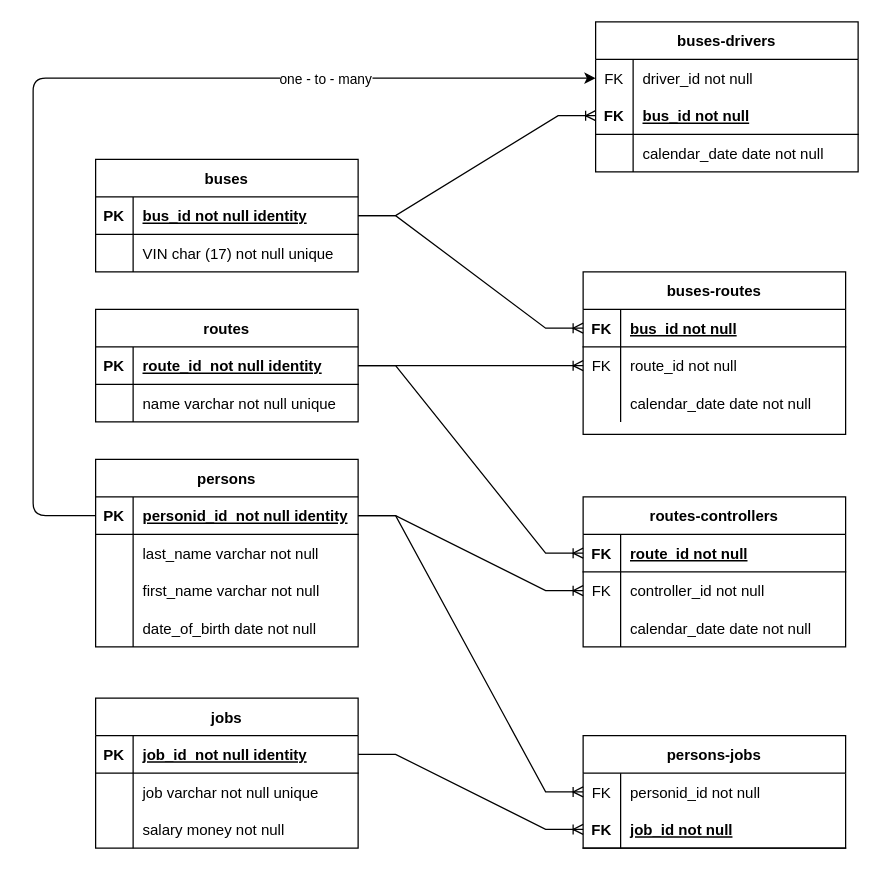
anfan1956/Database_studies keeps this draw.io diagram as Transport_diagramm.drawio. Above is the earlier version. Source tidied: cells renumbered, new cells numbered last; positions are measured from the earlier drawing's top-left corner, leaving out a move shared by most shapes. Both pictures are drawn from the tidied source at 125%, with x=0, y=0 at pixel (32, 21).
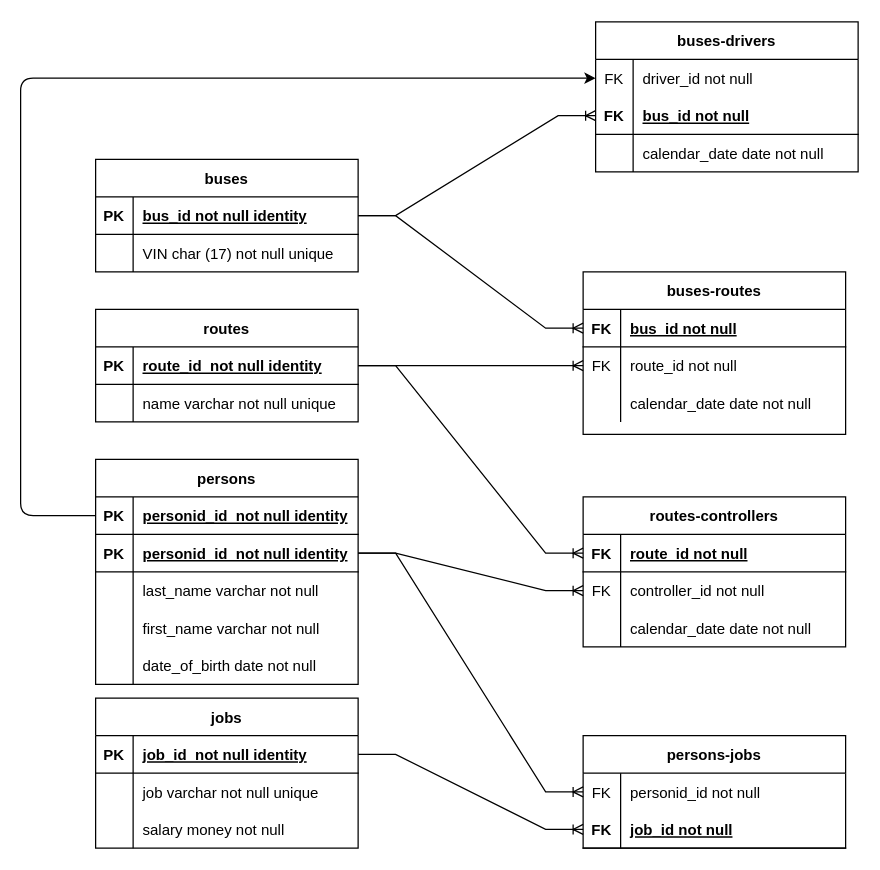
The same page after the edit.

Commit message (it also covers changes not shown here):
export drawio transport diagramm as .png file

Unchanged cells that the change refers to:
```xml
<mxCell id="61" style="shape=partialRectangle;fillColor=none;points=[[0,0.5],[1,0.5]];portConstraint=eastwest;top=0;left=0;right=0;bottom=0;" parent="60" vertex="1">
  <mxGeometry y="30" width="210" height="30" as="geometry" />
</mxCell>
```

What changed in the source:
```diff
@@
     <mxCell id="9" value="persons" style="shape=table;startSize=30;childLayout=tableLayout;rowLines=0;fontStyle=1;align=center;" parent="1" vertex="1">
-      <mxGeometry x="50" y="350" width="210" height="150" as="geometry" />
+      <mxGeometry x="50" y="350" width="210" height="180" as="geometry" />
     </mxCell>
+    <mxCell id="86" style="shape=partialRectangle;fillColor=none;points=[[0,0.5],[1,0.5]];portConstraint=eastwest;top=0;left=0;right=0;bottom=1;" parent="9" vertex="1">
+      <mxGeometry y="30" width="210" height="30" as="geometry" />
+    </mxCell>
+    <mxCell id="84" value="PK" style="shape=partialRectangle;overflow=hidden;fillColor=none;top=0;left=0;bottom=0;right=0;fontStyle=1;" parent="86" vertex="1">
+      <mxGeometry width="30" height="30" as="geometry" />
+    </mxCell>
+    <mxCell id="85" value="personid_id  not null identity" style="shape=partialRectangle;overflow=hidden;fillColor=none;top=0;left=0;bottom=0;right=0;align=left;spacingLeft=6;fontStyle=5;" parent="86" vertex="1">
+      <mxGeometry x="30" width="180" height="30" as="geometry" />
+    </mxCell>
     <mxCell id="10" style="shape=partialRectangle;fillColor=none;points=[[0,0.5],[1,0.5]];portConstraint=eastwest;top=0;left=0;right=0;bottom=1;" parent="9" vertex="1">
-      <mxGeometry y="30" width="210" height="30" as="geometry" />
+      <mxGeometry y="60" width="210" height="30" as="geometry" />
     </mxCell>
@@
     <mxCell id="13" style="shape=partialRectangle;fillColor=none;top=0;left=0;right=0;bottom=0;" parent="9" vertex="1">
-      <mxGeometry y="60" width="210" height="30" as="geometry" />
+      <mxGeometry y="90" width="210" height="30" as="geometry" />
     </mxCell>
@@
     <mxCell id="16" style="shape=partialRectangle;fillColor=none;top=0;left=0;right=0;bottom=0;" parent="9" vertex="1">
-      <mxGeometry y="90" width="210" height="30" as="geometry" />
+      <mxGeometry y="120" width="210" height="30" as="geometry" />
     </mxCell>
@@
     <mxCell id="19" style="shape=partialRectangle;fillColor=none;top=0;left=0;right=0;bottom=0;" parent="9" vertex="1">
-      <mxGeometry y="120" width="210" height="30" as="geometry" />
+      <mxGeometry y="150" width="210" height="30" as="geometry" />
     </mxCell>
@@
-    <mxCell id="84" style="edgeStyle=elbowEdgeStyle;elbow=vertical;html=1;exitX=0;exitY=0.5;exitDx=0;exitDy=0;entryX=0;entryY=0.5;entryDx=0;entryDy=0;" parent="1" edge="1" source="10" target="61">
-      <mxGeometry relative="1" as="geometry">
-        <Array as="points">
-          <mxPoint y="220" />
-        </Array>
-      </mxGeometry>
-    </mxCell>
-    <mxCell id="85" value="one - to - many" style="edgeLabel;html=1;align=center;verticalAlign=middle;" parent="84" vertex="1">
-      <mxGeometry x="0.49" relative="1" as="geometry" />
-    </mxCell>
+    <mxCell id="87" style="edgeStyle=elbowEdgeStyle;html=1;entryX=0;entryY=0.5;entryDx=0;entryDy=0;" parent="1" edge="1" source="86" target="61">
+      <mxGeometry relative="1" as="geometry">
+        <Array as="points">
+          <mxPoint x="-10" y="220" />
+        </Array>
+      </mxGeometry>
+    </mxCell>
```
